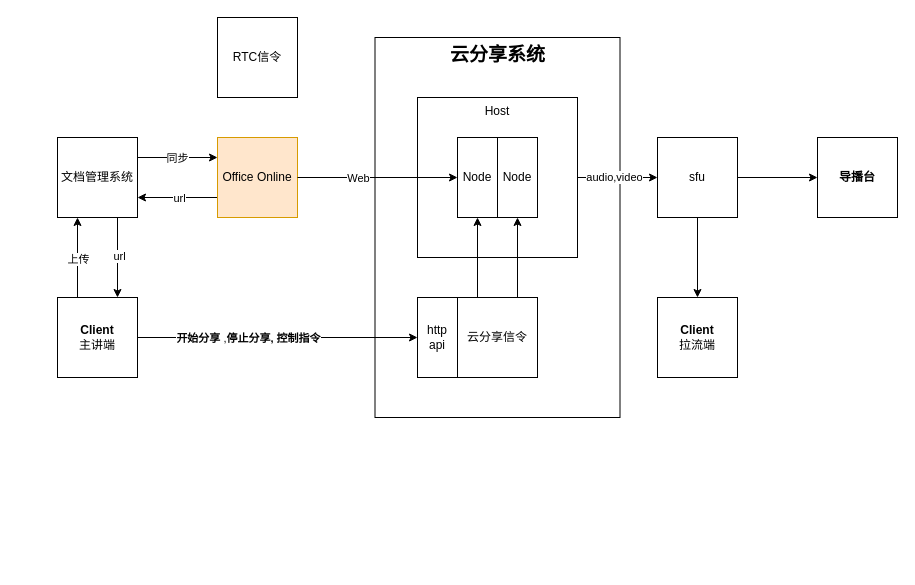
Above: page "Page-6" (6 of 6) of Diagram3.drawio in craterone/imgs (draw.io), before the change. Source tidied: cells renumbered, new cells numbered last; positions are measured from the earlier drawing's top-left corner, leaving out a move shared by most shapes. Both pictures are drawn from the tidied source at 100%, with x=0, y=0 at pixel (57, 17).
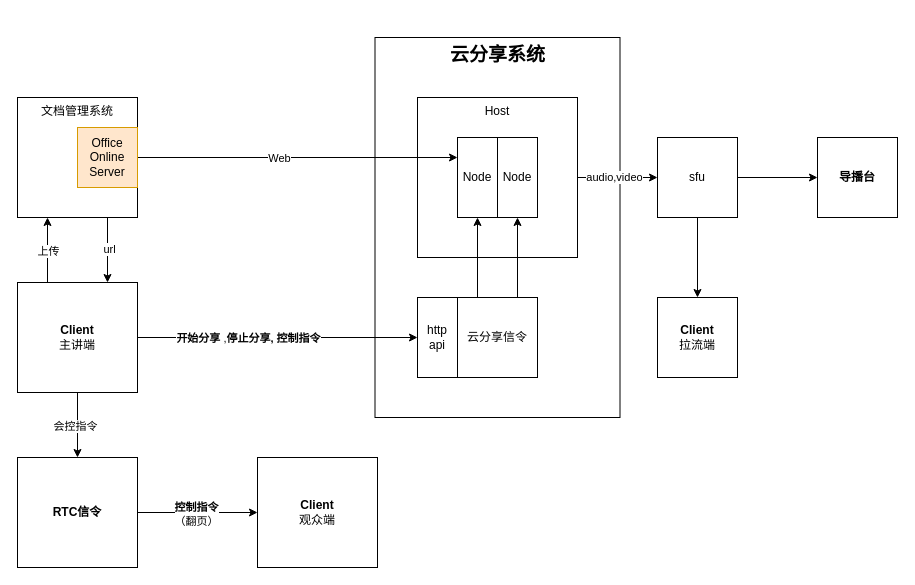
The same diagram, later.

Unchanged cells that the change refers to:
```xml
<mxCell id="19" value="Node" style="rounded=0;whiteSpace=wrap;html=1;" parent="1" vertex="1">
  <mxGeometry x="400" y="120" width="40" height="80" as="geometry" />
</mxCell>
```

Diff of the diagram source:
```diff
@@
+    <mxCell id="33" style="edgeStyle=orthogonalEdgeStyle;rounded=0;jettySize=auto;html=1;exitX=0.5;exitY=1;exitDx=0;exitDy=0;entryX=0.5;entryY=0;entryDx=0;entryDy=0;endArrow=classic;endFill=1;" parent="1" edge="1" source="9" target="32">
+      <mxGeometry relative="1" as="geometry" />
+    </mxCell>
+    <mxCell id="34" value="会控指令" style="edgeLabel;html=1;align=center;verticalAlign=middle;" parent="33" vertex="1">
+      <mxGeometry x="0.02" y="-3" relative="1" as="geometry" />
+    </mxCell>
     <mxCell id="9" value="&lt;b&gt;Client&lt;/b&gt;&lt;br&gt;主讲端" style="rounded=0;whiteSpace=wrap;html=1;" parent="1" vertex="1">
-      <mxGeometry y="280" width="80" height="80" as="geometry" />
+      <mxGeometry x="-40" y="265" width="120" height="110" as="geometry" />
     </mxCell>
-    <mxCell id="10" style="edgeStyle=orthogonalEdgeStyle;rounded=0;jettySize=auto;html=1;exitX=0;exitY=0.75;exitDx=0;exitDy=0;entryX=1;entryY=0.75;entryDx=0;entryDy=0;" parent="1" edge="1" source="12" target="31">
-      <mxGeometry relative="1" as="geometry" />
-    </mxCell>
-    <mxCell id="11" value="url" style="edgeLabel;html=1;align=center;verticalAlign=middle;" parent="10" vertex="1">
-      <mxGeometry x="-0.01" relative="1" as="geometry">
-        <mxPoint x="1" as="offset" />
-      </mxGeometry>
-    </mxCell>
-    <mxCell id="12" value="Office Online" style="rounded=0;whiteSpace=wrap;html=1;fillColor=#ffe6cc;strokeColor=#d79b00;" parent="1" vertex="1">
-      <mxGeometry x="160" y="120" width="80" height="80" as="geometry" />
-    </mxCell>
@@
-    <mxCell id="24" style="edgeStyle=orthogonalEdgeStyle;rounded=0;jettySize=auto;html=1;entryX=0;entryY=0.5;entryDx=0;entryDy=0;startArrow=none;startFill=0;endArrow=classic;endFill=1;" parent="1" edge="1" source="12" target="19">
+    <mxCell id="24" style="edgeStyle=orthogonalEdgeStyle;rounded=0;jettySize=auto;html=1;entryX=0;entryY=0.25;entryDx=0;entryDy=0;startArrow=none;startFill=0;endArrow=classic;endFill=1;" parent="1" edge="1" source="12" target="19">
       <mxGeometry relative="1" as="geometry" />
     </mxCell>
@@
-    <mxCell id="27" style="edgeStyle=orthogonalEdgeStyle;rounded=0;jettySize=auto;html=1;exitX=1;exitY=0.25;exitDx=0;exitDy=0;entryX=0;entryY=0.25;entryDx=0;entryDy=0;" parent="1" edge="1" source="31" target="12">
-      <mxGeometry relative="1" as="geometry" />
-    </mxCell>
-    <mxCell id="28" value="同步" style="edgeLabel;html=1;align=center;verticalAlign=middle;" parent="27" vertex="1">
-      <mxGeometry x="-0.09" y="3" relative="1" as="geometry">
-        <mxPoint x="3" y="3" as="offset" />
-      </mxGeometry>
-    </mxCell>
@@
+    <mxCell id="35" style="group;" parent="1" vertex="1">
+      <mxGeometry x="-40" y="80" width="120" height="120" as="geometry" />
+    </mxCell>
-    <mxCell id="31" value="文档管理系统" style="whiteSpace=wrap;html=1;" parent="1" vertex="1">
-      <mxGeometry y="120" width="80" height="80" as="geometry" />
+    <mxCell id="31" value="&lt;span style=&quot;&quot;&gt;文档管理系统&lt;/span&gt;" style="rounded=0;whiteSpace=wrap;html=1;verticalAlign=top;" parent="35" vertex="1">
+      <mxGeometry width="120" height="120" as="geometry" />
     </mxCell>
+    <mxCell id="12" value="Office Online&lt;br&gt;Server" style="rounded=0;whiteSpace=wrap;html=1;fillColor=#ffe6cc;strokeColor=#d79b00;" parent="35" vertex="1">
+      <mxGeometry x="60" y="30" width="60" height="60" as="geometry" />
+    </mxCell>
+    <mxCell id="36" value="&lt;b&gt;Client&lt;/b&gt;&lt;br&gt;观众端" style="rounded=0;whiteSpace=wrap;html=1;" parent="1" vertex="1">
+      <mxGeometry x="200" y="440" width="120" height="110" as="geometry" />
+    </mxCell>
+    <mxCell id="37" style="edgeStyle=orthogonalEdgeStyle;rounded=0;jettySize=auto;html=1;endArrow=classic;endFill=1;" parent="1" edge="1" source="32" target="36">
+      <mxGeometry relative="1" as="geometry" />
+    </mxCell>
+    <mxCell id="38" value="&lt;b&gt;控制指令&lt;br&gt;&lt;/b&gt;（翻页）" style="edgeLabel;html=1;align=center;verticalAlign=middle;" parent="37" vertex="1">
+      <mxGeometry x="-0.03" y="-1" relative="1" as="geometry" />
+    </mxCell>
-    <mxCell id="32" value="RTC信令" style="whiteSpace=wrap;html=1;" parent="1" vertex="1">
-      <mxGeometry x="160" width="80" height="80" as="geometry" />
+    <mxCell id="32" value="&lt;b&gt;RTC信令&lt;/b&gt;" style="rounded=0;whiteSpace=wrap;html=1;" parent="1" vertex="1">
+      <mxGeometry x="-40" y="440" width="120" height="110" as="geometry" />
     </mxCell>
```
